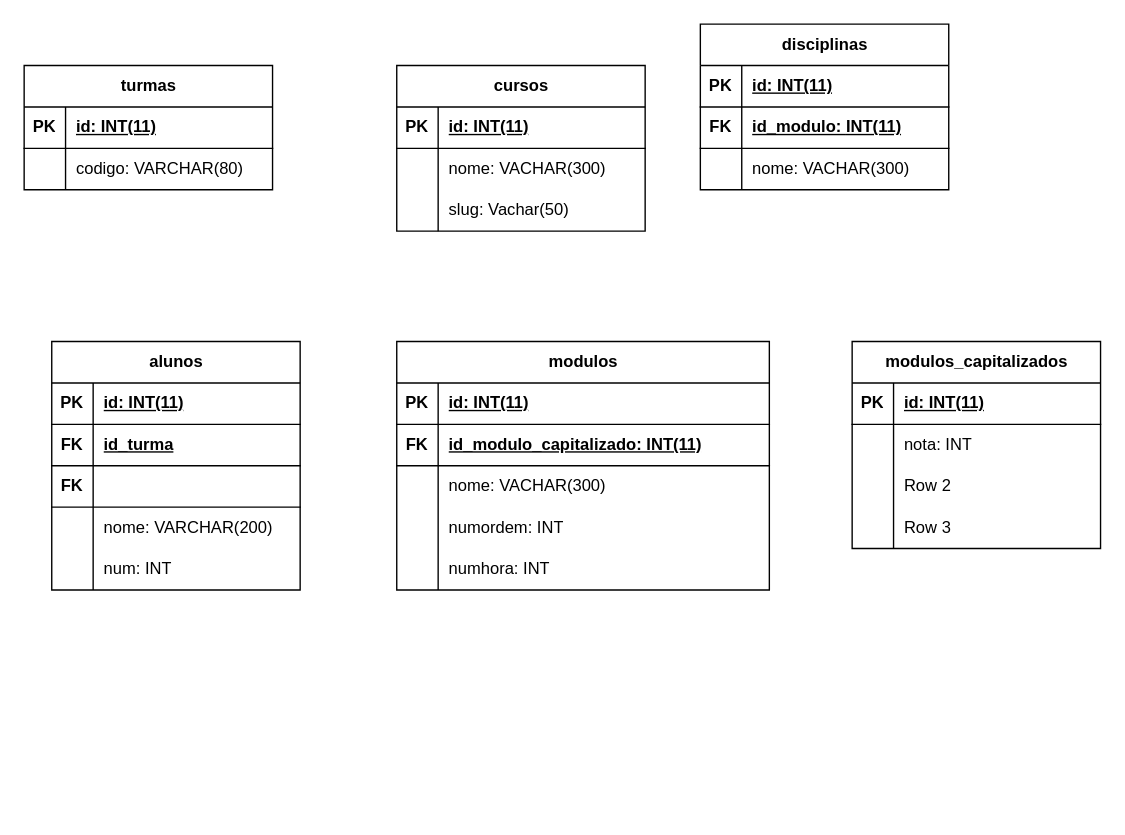
This is Gestor-de-Modulos/gdm_modelo_er.drawio from Henrique-Morais1/Mod15-trabalho_final, a draw.io file, before an edit. Source tidied: cells renumbered, new cells numbered last; positions are measured from the earlier drawing's top-left corner, leaving out a move shared by most shapes. Both pictures are drawn from the tidied source at 138%, with x=0, y=0 at pixel (23, 23).
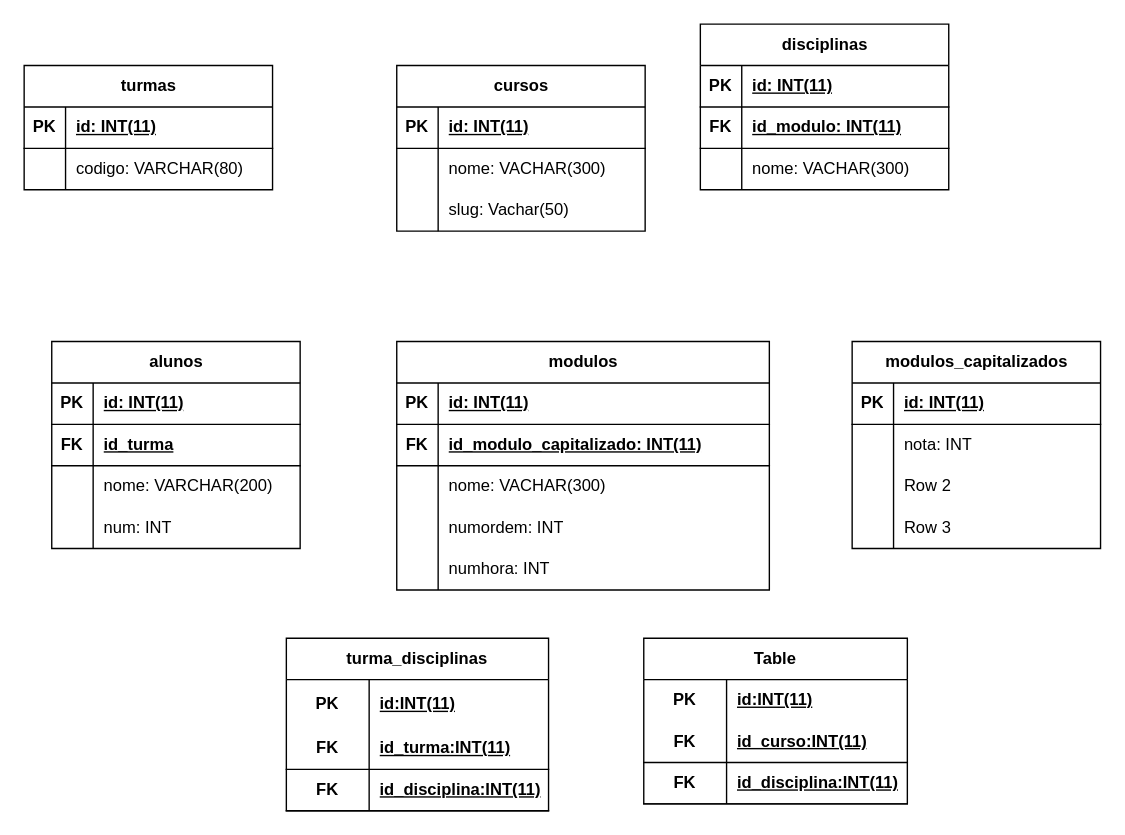
Above is the later version.

Commit message (it also covers changes not shown here):
Alterações no modelo er e criação da tabela 9

Diff of the diagram source:
```diff
@@
     <mxCell id="45" value="alunos" style="shape=table;startSize=30;childLayout=tableLayout;rowLines=0;fontStyle=1;align=center;html=1;" parent="1" vertex="1">
-      <mxGeometry x="20" y="230" width="180" height="180" as="geometry" />
+      <mxGeometry x="20" y="230" width="180" height="150" as="geometry" />
     </mxCell>
@@
-    <mxCell id="52" style="shape=tableRow;horizontal=0;startSize=0;swimlaneHead=0;swimlaneBody=0;fillColor=none;top=0;left=0;right=0;bottom=1;" parent="45" vertex="1">
-      <mxGeometry y="90" width="180" height="30" as="geometry" />
-    </mxCell>
-    <mxCell id="53" value="FK" style="shape=partialRectangle;fillColor=none;top=0;left=0;bottom=0;right=0;fontStyle=1;overflow=hidden;whiteSpace=wrap;html=1;" parent="52" vertex="1">
-      <mxGeometry width="30" height="30" as="geometry" />
-    </mxCell>
-    <mxCell id="54" style="shape=partialRectangle;fillColor=none;top=0;left=0;bottom=0;right=0;align=left;spacingLeft=6;fontStyle=5;overflow=hidden;whiteSpace=wrap;html=1;" parent="52" vertex="1">
-      <mxGeometry x="30" width="150" height="30" as="geometry" />
-    </mxCell>
     <mxCell id="55" style="shape=tableRow;horizontal=0;startSize=0;swimlaneHead=0;swimlaneBody=0;fillColor=none;top=0;left=0;right=0;bottom=0;" parent="45" vertex="1">
-      <mxGeometry y="120" width="180" height="30" as="geometry" />
+      <mxGeometry y="90" width="180" height="30" as="geometry" />
     </mxCell>
@@
     <mxCell id="58" style="shape=tableRow;horizontal=0;startSize=0;swimlaneHead=0;swimlaneBody=0;fillColor=none;top=0;left=0;right=0;bottom=0;" parent="45" vertex="1">
-      <mxGeometry y="150" width="180" height="30" as="geometry" />
+      <mxGeometry y="120" width="180" height="30" as="geometry" />
     </mxCell>
@@
+    <mxCell id="74" value="turma_disciplinas" style="shape=table;startSize=30;childLayout=tableLayout;rowLines=0;fontStyle=1;align=center;html=1;whiteSpace=wrap;" parent="1" vertex="1">
+      <mxGeometry x="190" y="445" width="190" height="125" as="geometry" />
+    </mxCell>
+    <mxCell id="75" style="shape=tableRow;horizontal=0;startSize=0;swimlaneHead=0;swimlaneBody=0;fillColor=none;top=0;left=0;right=0;bottom=0;html=1;" parent="74" vertex="1">
+      <mxGeometry y="30" width="190" height="35" as="geometry" />
+    </mxCell>
+    <mxCell id="76" value="PK" style="shape=partialRectangle;fillColor=none;top=0;left=0;bottom=0;right=0;fontStyle=1;overflow=hidden;html=1;whiteSpace=wrap;" parent="75" vertex="1">
+      <mxGeometry width="60" height="35" as="geometry" />
+    </mxCell>
+    <mxCell id="77" value="id:INT(11)" style="shape=partialRectangle;fillColor=none;top=0;left=0;bottom=0;right=0;align=left;spacingLeft=6;fontStyle=5;overflow=hidden;html=1;whiteSpace=wrap;" parent="75" vertex="1">
+      <mxGeometry x="60" width="130" height="35" as="geometry" />
+    </mxCell>
+    <mxCell id="78" style="shape=tableRow;horizontal=0;startSize=0;swimlaneHead=0;swimlaneBody=0;fillColor=none;top=0;left=0;right=0;bottom=1;html=1;" parent="74" vertex="1">
+      <mxGeometry y="65" width="190" height="30" as="geometry" />
+    </mxCell>
+    <mxCell id="79" value="FK" style="shape=partialRectangle;fillColor=none;top=0;left=0;bottom=0;right=0;fontStyle=1;overflow=hidden;html=1;whiteSpace=wrap;" parent="78" vertex="1">
+      <mxGeometry width="60" height="30" as="geometry" />
+    </mxCell>
+    <mxCell id="80" value="id_turma:INT(11)" style="shape=partialRectangle;fillColor=none;top=0;left=0;bottom=0;right=0;align=left;spacingLeft=6;fontStyle=5;overflow=hidden;html=1;whiteSpace=wrap;" parent="78" vertex="1">
+      <mxGeometry x="60" width="130" height="30" as="geometry" />
+    </mxCell>
+    <mxCell id="81" style="shape=tableRow;horizontal=0;startSize=0;swimlaneHead=0;swimlaneBody=0;fillColor=none;top=0;left=0;right=0;bottom=1;html=1;" parent="74" vertex="1">
+      <mxGeometry y="95" width="190" height="30" as="geometry" />
+    </mxCell>
+    <mxCell id="82" value="FK" style="shape=partialRectangle;fillColor=none;top=0;left=0;bottom=0;right=0;fontStyle=1;overflow=hidden;html=1;whiteSpace=wrap;" parent="81" vertex="1">
+      <mxGeometry width="60" height="30" as="geometry" />
+    </mxCell>
+    <mxCell id="83" value="id_disciplina:INT(11)" style="shape=partialRectangle;fillColor=none;top=0;left=0;bottom=0;right=0;align=left;spacingLeft=6;fontStyle=5;overflow=hidden;html=1;whiteSpace=wrap;" parent="81" vertex="1">
+      <mxGeometry x="60" width="130" height="30" as="geometry" />
+    </mxCell>
+    <mxCell id="84" value="Table" style="shape=table;startSize=30;childLayout=tableLayout;rowLines=0;fontStyle=1;align=center;html=1;whiteSpace=wrap;" parent="1" vertex="1">
+      <mxGeometry x="449" y="445" width="191" height="120" as="geometry" />
+    </mxCell>
+    <mxCell id="85" style="shape=tableRow;horizontal=0;startSize=0;swimlaneHead=0;swimlaneBody=0;fillColor=none;top=0;left=0;right=0;bottom=0;html=1;" parent="84" vertex="1">
+      <mxGeometry y="30" width="191" height="30" as="geometry" />
+    </mxCell>
+    <mxCell id="86" value="PK" style="shape=partialRectangle;fillColor=none;top=0;left=0;bottom=0;right=0;fontStyle=1;overflow=hidden;html=1;whiteSpace=wrap;" parent="85" vertex="1">
+      <mxGeometry width="60" height="30" as="geometry" />
+    </mxCell>
+    <mxCell id="87" value="id:INT(11)" style="shape=partialRectangle;fillColor=none;top=0;left=0;bottom=0;right=0;align=left;spacingLeft=6;fontStyle=5;overflow=hidden;html=1;whiteSpace=wrap;" parent="85" vertex="1">
+      <mxGeometry x="60" width="131" height="30" as="geometry" />
+    </mxCell>
+    <mxCell id="88" style="shape=tableRow;horizontal=0;startSize=0;swimlaneHead=0;swimlaneBody=0;fillColor=none;top=0;left=0;right=0;bottom=1;html=1;" parent="84" vertex="1">
+      <mxGeometry y="60" width="191" height="30" as="geometry" />
+    </mxCell>
+    <mxCell id="89" value="FK" style="shape=partialRectangle;fillColor=none;top=0;left=0;bottom=0;right=0;fontStyle=1;overflow=hidden;html=1;whiteSpace=wrap;" parent="88" vertex="1">
+      <mxGeometry width="60" height="30" as="geometry" />
+    </mxCell>
+    <mxCell id="90" value="id_curso:INT(11)" style="shape=partialRectangle;fillColor=none;top=0;left=0;bottom=0;right=0;align=left;spacingLeft=6;fontStyle=5;overflow=hidden;html=1;whiteSpace=wrap;" parent="88" vertex="1">
+      <mxGeometry x="60" width="131" height="30" as="geometry" />
+    </mxCell>
+    <mxCell id="91" style="shape=tableRow;horizontal=0;startSize=0;swimlaneHead=0;swimlaneBody=0;fillColor=none;top=0;left=0;right=0;bottom=1;html=1;" parent="84" vertex="1">
+      <mxGeometry y="90" width="191" height="30" as="geometry" />
+    </mxCell>
+    <mxCell id="92" value="FK" style="shape=partialRectangle;fillColor=none;top=0;left=0;bottom=0;right=0;fontStyle=1;overflow=hidden;html=1;whiteSpace=wrap;" parent="91" vertex="1">
+      <mxGeometry width="60" height="30" as="geometry" />
+    </mxCell>
+    <mxCell id="93" value="id_disciplina:INT(11)" style="shape=partialRectangle;fillColor=none;top=0;left=0;bottom=0;right=0;align=left;spacingLeft=6;fontStyle=5;overflow=hidden;html=1;whiteSpace=wrap;" parent="91" vertex="1">
+      <mxGeometry x="60" width="131" height="30" as="geometry" />
+    </mxCell>
```
